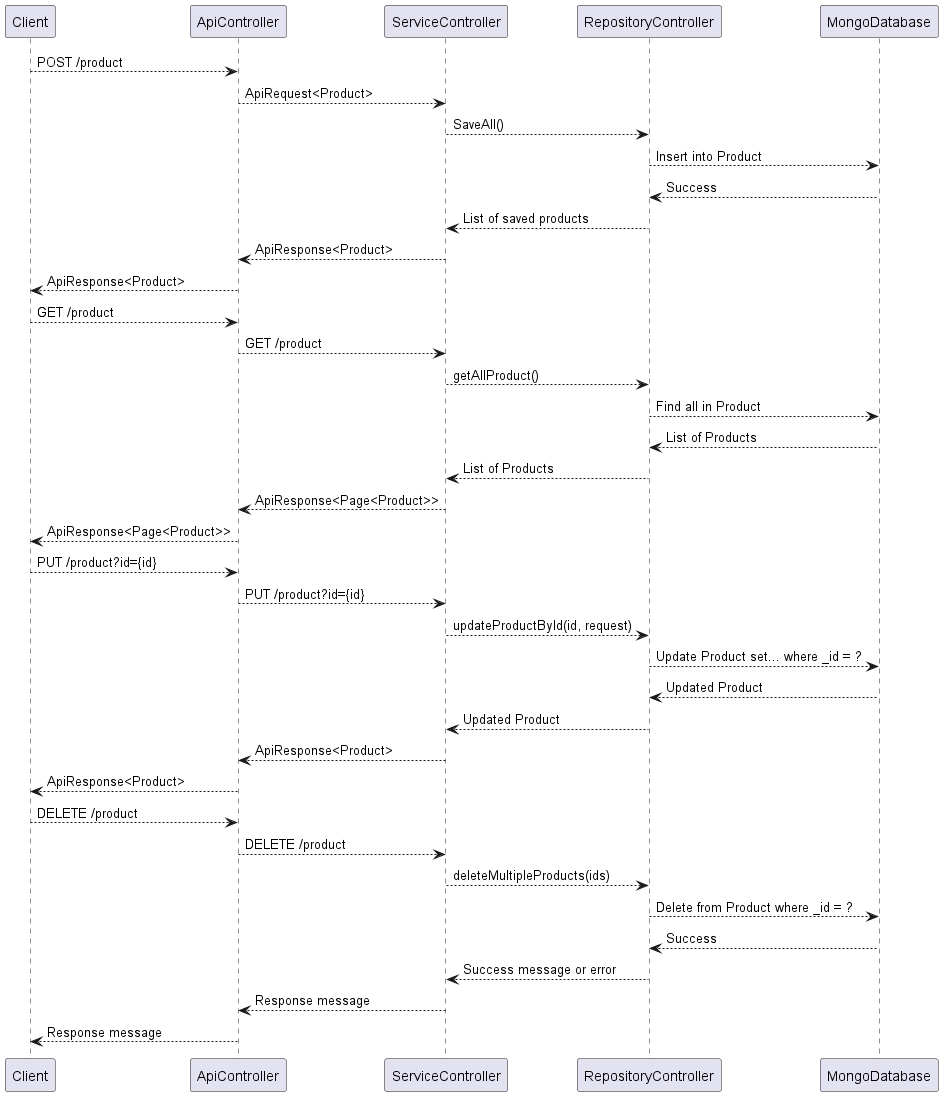
Anish1426/Product-Management keeps this PlantUML diagram as SequenceDiagram.png. Above is the earlier version. Its diagram source:
```plantuml
@startuml


Client --> ApiController: POST /product

ApiController --> ServiceController: ApiRequest<Product>
ServiceController --> RepositoryController: SaveAll()
RepositoryController --> MongoDatabase : Insert into Product
MongoDatabase --> RepositoryController: Success
RepositoryController --> ServiceController: List of saved products
ServiceController --> ApiController: ApiResponse<Product>
ApiController --> Client: ApiResponse<Product>

Client --> ApiController: GET /product
ApiController --> ServiceController: GET /product
ServiceController --> RepositoryController: getAllProduct()
RepositoryController --> MongoDatabase: Find all in Product
MongoDatabase --> RepositoryController: List of Products
RepositoryController --> ServiceController: List of Products
ServiceController --> ApiController: ApiResponse<Page<Product>>
ApiController --> Client: ApiResponse<Page<Product>>


Client --> ApiController: PUT /product?id={id}
ApiController --> ServiceController: PUT /product?id={id}
ServiceController --> RepositoryController: updateProductById(id, request)
RepositoryController --> MongoDatabase: Update Product set... where _id = ?
MongoDatabase --> RepositoryController: Updated Product
RepositoryController --> ServiceController: Updated Product
ServiceController --> ApiController: ApiResponse<Product>
ApiController --> Client: ApiResponse<Product>

Client --> ApiController: DELETE /product
ApiController --> ServiceController: DELETE /product
ServiceController --> RepositoryController: deleteMultipleProducts(ids)
RepositoryController --> MongoDatabase: Delete from Product where _id = ?
MongoDatabase --> RepositoryController: Success
RepositoryController --> ServiceController: Success message or error
ServiceController --> ApiController: Response message
ApiController --> Client: Response message

@enduml
```
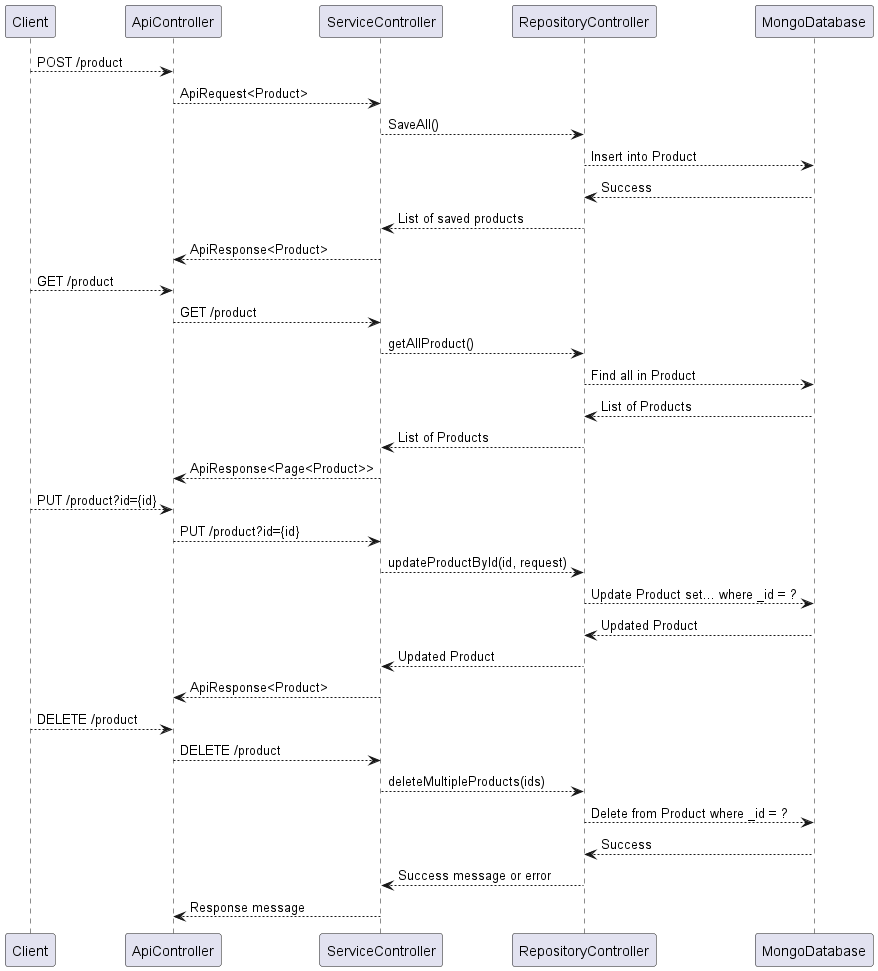
After the commit.

What changed in the source:
```diff
@@ -9,7 +9,6 @@
 MongoDatabase --> RepositoryController: Success
 RepositoryController --> ServiceController: List of saved products
 ServiceController --> ApiController: ApiResponse<Product>
-ApiController --> Client: ApiResponse<Product>
 
 Client --> ApiController: GET /product
 ApiController --> ServiceController: GET /product
@@ -18,7 +17,7 @@
 MongoDatabase --> RepositoryController: List of Products
 RepositoryController --> ServiceController: List of Products
 ServiceController --> ApiController: ApiResponse<Page<Product>>
-ApiController --> Client: ApiResponse<Page<Product>>
+
 
 
 Client --> ApiController: PUT /product?id={id}
@@ -28,7 +27,6 @@
 MongoDatabase --> RepositoryController: Updated Product
 RepositoryController --> ServiceController: Updated Product
 ServiceController --> ApiController: ApiResponse<Product>
-ApiController --> Client: ApiResponse<Product>
 
 Client --> ApiController: DELETE /product
 ApiController --> ServiceController: DELETE /product
@@ -37,6 +35,5 @@
 MongoDatabase --> RepositoryController: Success
 RepositoryController --> ServiceController: Success message or error
 ServiceController --> ApiController: Response message
-ApiController --> Client: Response message
 
 @enduml
```
